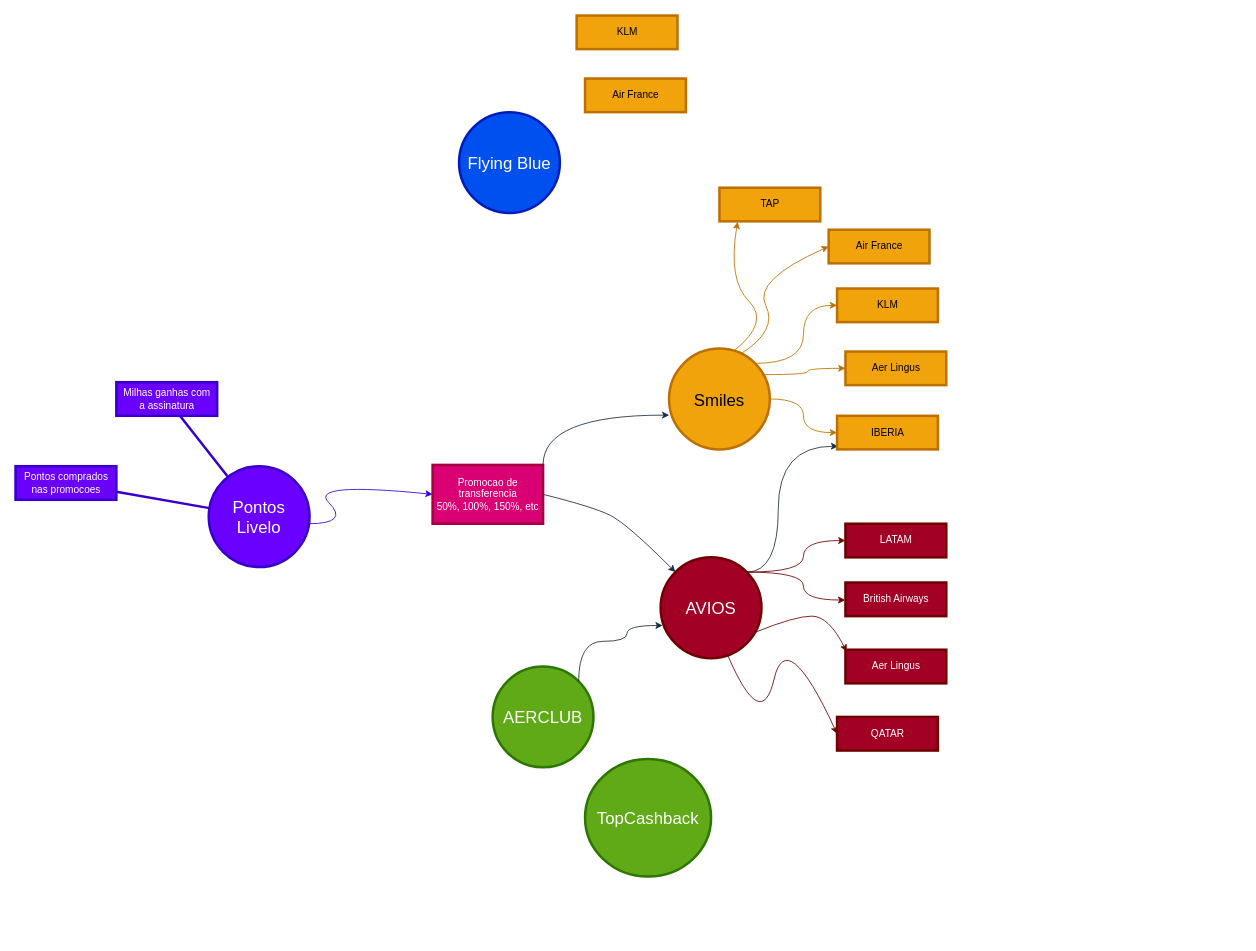
The draw.io diagram Untitled Diagram.drawio in brunotw/draw.io, before the edit. Source tidied: cells renumbered, new cells numbered last; positions are measured from the earlier drawing's top-left corner, leaving out a move shared by most shapes. Both pictures are drawn from the tidied source at 84%, with x=0, y=0 at pixel (15, 15).
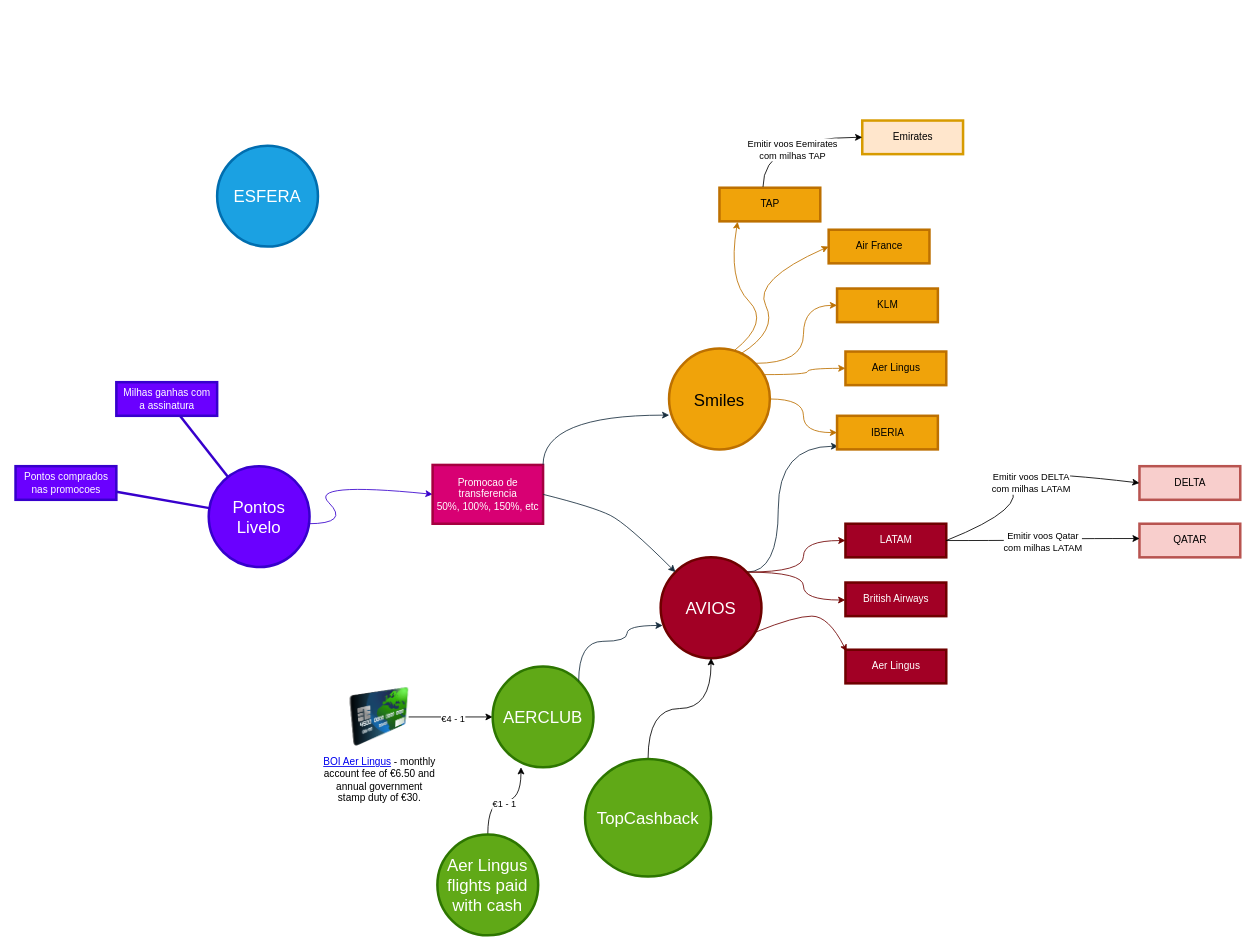
The same page after the edit.

Unchanged cells that the change refers to:
```xml
<mxCell id="13" value="AVIOS" style="ellipse;whiteSpace=wrap;html=1;shadow=0;fontFamily=Helvetica;fontSize=20;align=center;strokeWidth=3;fillColor=#a20025;strokeColor=#6F0000;rounded=0;labelBackgroundColor=none;fontColor=#ffffff;" parent="1" vertex="1">
  <mxGeometry x="768" y="645" width="120" height="120" as="geometry" />
</mxCell>
<mxCell id="15" value="TAP" style="rounded=0;fillColor=#f0a30a;strokeColor=#BD7000;strokeWidth=3;shadow=0;html=1;fontColor=#000000;labelBackgroundColor=none;" parent="1" vertex="1">
  <mxGeometry x="838" y="205" width="120" height="40" as="geometry" />
</mxCell>
<mxCell id="29" value="AERCLUB" style="ellipse;whiteSpace=wrap;html=1;shadow=0;fontFamily=Helvetica;fontSize=20;align=center;strokeWidth=3;fillColor=#60a917;strokeColor=#2D7600;fontColor=#ffffff;rounded=0;labelBackgroundColor=none;" parent="1" vertex="1">
  <mxGeometry x="568" y="775" width="120" height="120" as="geometry" />
</mxCell>
<mxCell id="35" value="TopCashback" style="ellipse;whiteSpace=wrap;html=1;shadow=0;fontFamily=Helvetica;fontSize=20;align=center;strokeWidth=3;fillColor=#60a917;strokeColor=#2D7600;fontColor=#ffffff;rounded=0;labelBackgroundColor=none;" parent="1" vertex="1">
  <mxGeometry x="678" y="885" width="150" height="140" as="geometry" />
</mxCell>
<mxCell id="36" value="LATAM" style="rounded=0;fillColor=#a20025;strokeColor=#6F0000;strokeWidth=3;shadow=0;html=1;fontColor=#ffffff;labelBackgroundColor=none;" parent="1" vertex="1">
  <mxGeometry x="988" y="605" width="120" height="40" as="geometry" />
</mxCell>
```

What changed in the source:
```diff
@@
-    <mxCell id="22" value="QATAR" style="rounded=0;fillColor=#a20025;strokeColor=#6F0000;strokeWidth=3;shadow=0;html=1;fontColor=#ffffff;labelBackgroundColor=none;" parent="1" vertex="1">
-      <mxGeometry x="978" y="835" width="120" height="40" as="geometry" />
-    </mxCell>
@@
-    <mxCell id="25" style="curved=1;endArrow=classic;html=1;rounded=0;exitX=0.667;exitY=0.975;exitDx=0;exitDy=0;exitPerimeter=0;entryX=0;entryY=0.5;entryDx=0;entryDy=0;labelBackgroundColor=none;strokeColor=#6F0000;fontColor=default;fillColor=#a20025;" parent="1" edge="1" source="13" target="22">
-      <mxGeometry relative="1" as="geometry">
-        <Array as="points">
-          <mxPoint x="888" y="855" />
-          <mxPoint x="918" y="725" />
-        </Array>
-      </mxGeometry>
-    </mxCell>
@@
+    <mxCell id="38" style="rounded=0;jettySize=auto;html=1;exitX=1;exitY=0.5;exitDx=0;exitDy=0;entryX=0;entryY=0.5;entryDx=0;entryDy=0;" parent="1" edge="1" source="48" target="29">
+      <mxGeometry relative="1" as="geometry">
+        <Array as="points">
+          <mxPoint x="558" y="835" />
+        </Array>
+      </mxGeometry>
+    </mxCell>
+    <mxCell id="39" value="€4 -&amp;nbsp;1" style="edgeLabel;html=1;align=center;verticalAlign=middle;" parent="38" vertex="1">
+      <mxGeometry x="0.03" y="-2" relative="1" as="geometry" />
+    </mxCell>
@@
-    <mxCell id="32" value="Flying Blue" style="ellipse;whiteSpace=wrap;html=1;shadow=0;fontFamily=Helvetica;fontSize=20;align=center;strokeWidth=3;fillColor=#0050ef;strokeColor=#001DBC;rounded=0;labelBackgroundColor=none;fontColor=#ffffff;" parent="1" vertex="1">
-      <mxGeometry x="528" y="115" width="120" height="120" as="geometry" />
-    </mxCell>
-    <mxCell id="33" value="Air France" style="rounded=0;fillColor=#f0a30a;strokeColor=#BD7000;strokeWidth=3;shadow=0;html=1;fontColor=#000000;labelBackgroundColor=none;" parent="1" vertex="1">
-      <mxGeometry x="678" y="75" width="120" height="40" as="geometry" />
+    <mxCell id="33" value="Emirates" style="rounded=0;fillColor=#ffe6cc;strokeColor=#d79b00;strokeWidth=3;shadow=0;html=1;labelBackgroundColor=none;" parent="1" vertex="1">
+      <mxGeometry x="1008" y="125" width="120" height="40" as="geometry" />
     </mxCell>
-    <mxCell id="34" value="KLM" style="rounded=0;fillColor=#f0a30a;strokeColor=#BD7000;strokeWidth=3;shadow=0;html=1;fontColor=#000000;labelBackgroundColor=none;" parent="1" vertex="1">
-      <mxGeometry x="668" width="120" height="40" as="geometry" />
-    </mxCell>
+    <mxCell id="40" style="edgeStyle=orthogonalEdgeStyle;rounded=0;jettySize=auto;html=1;exitX=0.5;exitY=0;exitDx=0;exitDy=0;entryX=0.5;entryY=1;entryDx=0;entryDy=0;curved=1;" parent="1" edge="1" source="35" target="13">
+      <mxGeometry relative="1" as="geometry" />
+    </mxCell>
@@
+    <mxCell id="41" style="endArrow=classic;html=1;rounded=0;exitX=0.432;exitY=-0.024;exitDx=0;exitDy=0;exitPerimeter=0;entryX=0;entryY=0.5;entryDx=0;entryDy=0;edgeStyle=orthogonalEdgeStyle;curved=1;" parent="1" edge="1" source="15" target="33">
+      <mxGeometry relative="1" as="geometry" />
+    </mxCell>
+    <mxCell id="42" value="Emitir voos Eemirates &lt;br&gt;com milhas TAP" style="edgeLabel;html=1;align=center;verticalAlign=middle;" parent="41" vertex="1">
+      <mxGeometry x="0.06" y="-14" relative="1" as="geometry" />
+    </mxCell>
+    <mxCell id="22" value="QATAR" style="rounded=0;fillColor=#f8cecc;strokeColor=#b85450;strokeWidth=3;shadow=0;html=1;labelBackgroundColor=none;" parent="1" vertex="1">
+      <mxGeometry x="1338" y="605" width="120" height="40" as="geometry" />
+    </mxCell>
+    <mxCell id="43" style="endArrow=classic;html=1;rounded=0;entryX=0.002;entryY=0.44;entryDx=0;entryDy=0;entryPerimeter=0;exitX=1;exitY=0.5;exitDx=0;exitDy=0;edgeStyle=orthogonalEdgeStyle;curved=1;" parent="1" edge="1" source="36" target="22">
+      <mxGeometry relative="1" as="geometry" />
+    </mxCell>
+    <mxCell id="44" value="Emitir voos Qatar&lt;br&gt;com milhas LATAM" style="edgeLabel;html=1;align=center;verticalAlign=middle;" parent="43" vertex="1">
+      <mxGeometry x="-0.02" y="-1" relative="1" as="geometry" />
+    </mxCell>
+    <mxCell id="45" value="DELTA" style="rounded=0;fillColor=#f8cecc;strokeColor=#b85450;strokeWidth=3;shadow=0;html=1;labelBackgroundColor=none;" parent="1" vertex="1">
+      <mxGeometry x="1338" y="536.5" width="120" height="40" as="geometry" />
+    </mxCell>
+    <mxCell id="46" style="curved=1;endArrow=classic;html=1;rounded=0;exitX=1;exitY=0.5;exitDx=0;exitDy=0;entryX=0;entryY=0.5;entryDx=0;entryDy=0;" parent="1" edge="1" source="36" target="45">
+      <mxGeometry relative="1" as="geometry">
+        <Array as="points">
+          <mxPoint x="1208" y="585" />
+          <mxPoint x="1158" y="535" />
+        </Array>
+      </mxGeometry>
+    </mxCell>
+    <mxCell id="47" value="Emitir voos DELTA&lt;br style=&quot;border-color: var(--border-color);&quot;&gt;com milhas LATAM" style="edgeLabel;html=1;align=center;verticalAlign=middle;" parent="46" vertex="1">
+      <mxGeometry x="-0.07" y="12" relative="1" as="geometry">
+        <mxPoint x="51" y="5" as="offset" />
+      </mxGeometry>
+    </mxCell>
+    <mxCell id="48" value="&lt;a href=&quot;https://personalbanking.bankofireland.com/borrow/credit-cards/aer-credit-card/faqs/&quot;&gt;BOI Aer Lingus&lt;/a&gt; - monthly &lt;br&gt;account fee of €6.50 and &lt;br&gt;annual government &lt;br&gt;stamp duty of €30." style="image;html=1;image=img/lib/clip_art/finance/Credit_Card_128x128.png;" parent="1" vertex="1">
+      <mxGeometry x="398" y="795" width="70" height="80" as="geometry" />
+    </mxCell>
+    <mxCell id="49" style="edgeStyle=orthogonalEdgeStyle;rounded=0;jettySize=auto;html=1;exitX=0.5;exitY=0;exitDx=0;exitDy=0;entryX=0.281;entryY=0.999;entryDx=0;entryDy=0;entryPerimeter=0;curved=1;" parent="1" edge="1" source="51" target="29">
+      <mxGeometry relative="1" as="geometry" />
+    </mxCell>
+    <mxCell id="50" value="€1 -&amp;nbsp;1" style="edgeLabel;html=1;align=center;verticalAlign=middle;" parent="49" vertex="1">
+      <mxGeometry x="-0.01" y="-3" relative="1" as="geometry" />
+    </mxCell>
+    <mxCell id="51" value="Aer Lingus flights paid with cash" style="ellipse;whiteSpace=wrap;html=1;shadow=0;fontFamily=Helvetica;fontSize=20;align=center;strokeWidth=3;fillColor=#60a917;strokeColor=#2D7600;fontColor=#ffffff;rounded=0;labelBackgroundColor=none;" parent="1" vertex="1">
+      <mxGeometry x="502.2" y="975" width="120" height="120" as="geometry" />
+    </mxCell>
+    <mxCell id="52" value="ESFERA" style="ellipse;whiteSpace=wrap;html=1;shadow=0;fontFamily=Helvetica;fontSize=20;align=center;strokeWidth=3;fillColor=#1ba1e2;strokeColor=#006EAF;rounded=0;labelBackgroundColor=none;fontColor=#ffffff;" parent="1" vertex="1">
+      <mxGeometry x="240" y="155" width="120" height="120" as="geometry" />
+    </mxCell>
```
